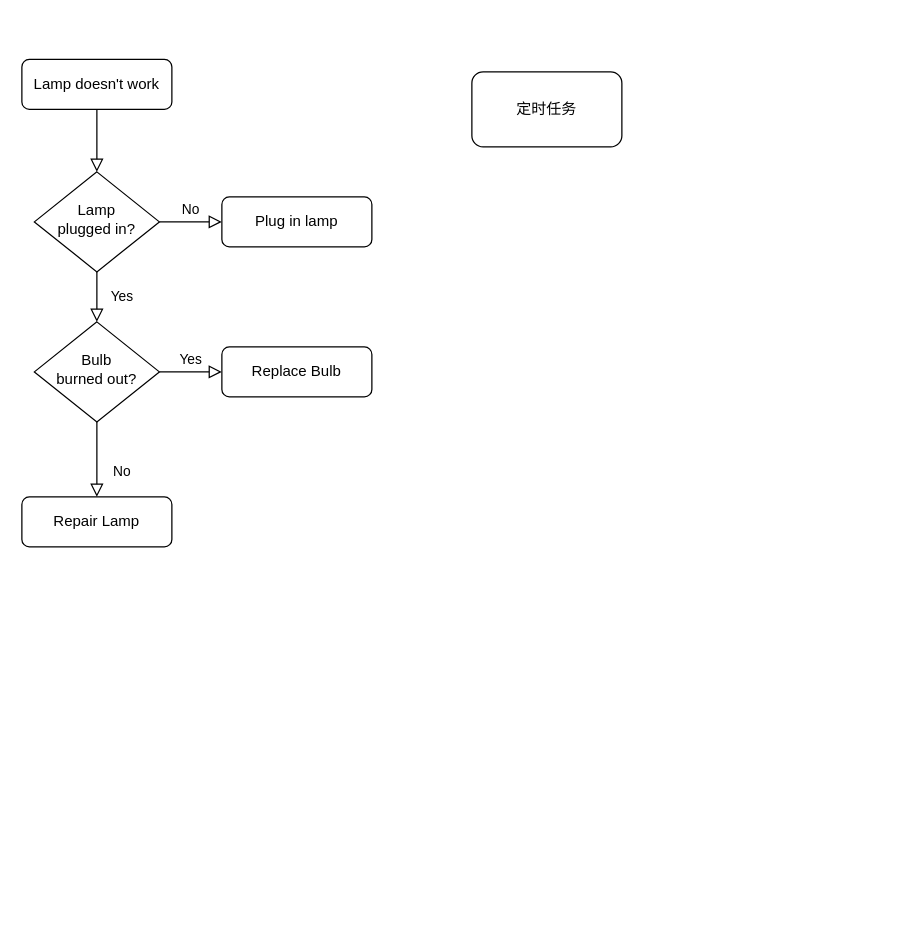
Before: diagrams/公司.drawio in dengyulong/PublicStore, a draw.io diagram. Source tidied: cells renumbered, new cells numbered last; positions are measured from the earlier drawing's top-left corner, leaving out a move shared by most shapes. Both pictures are drawn from the tidied source at 125%, with x=0, y=0 at pixel (21, 59).
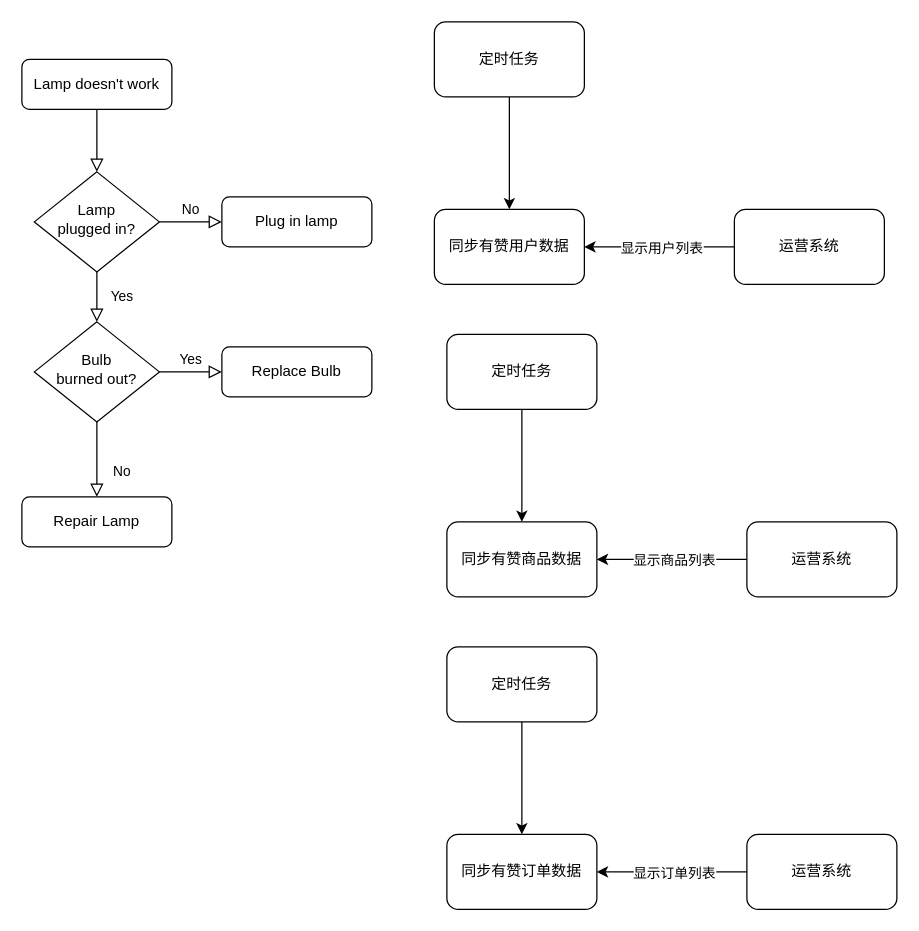
After the change.

What changed in the source:
```diff
@@
+    <mxCell id="14" style="edgeStyle=orthogonalEdgeStyle;rounded=0;jettySize=auto;html=1;" parent="1" edge="1" source="13" target="15">
+      <mxGeometry relative="1" as="geometry" />
+    </mxCell>
     <mxCell id="13" value="定时任务" style="rounded=1;whiteSpace=wrap;html=1;" parent="1" vertex="1">
-      <mxGeometry x="360" y="10" width="120" height="60" as="geometry" />
+      <mxGeometry x="330" y="-30" width="120" height="60" as="geometry" />
     </mxCell>
+    <mxCell id="15" value="同步有赞用户数据" style="rounded=1;whiteSpace=wrap;html=1;" parent="1" vertex="1">
+      <mxGeometry x="330" y="120" width="120" height="60" as="geometry" />
+    </mxCell>
+    <mxCell id="16" style="edgeStyle=orthogonalEdgeStyle;rounded=0;jettySize=auto;html=1;" parent="1" edge="1" source="18" target="15">
+      <mxGeometry relative="1" as="geometry" />
+    </mxCell>
+    <mxCell id="17" value="显示用户列表" style="edgeLabel;html=1;align=center;verticalAlign=middle;" parent="16" vertex="1">
+      <mxGeometry x="-0.01" relative="1" as="geometry" />
+    </mxCell>
+    <mxCell id="18" value="运营系统" style="rounded=1;whiteSpace=wrap;html=1;" parent="1" vertex="1">
+      <mxGeometry x="570" y="120" width="120" height="60" as="geometry" />
+    </mxCell>
+    <mxCell id="19" style="edgeStyle=orthogonalEdgeStyle;rounded=0;jettySize=auto;html=1;" parent="1" edge="1" source="20" target="21">
+      <mxGeometry relative="1" as="geometry" />
+    </mxCell>
+    <mxCell id="20" value="定时任务" style="rounded=1;whiteSpace=wrap;html=1;" parent="1" vertex="1">
+      <mxGeometry x="340" y="220" width="120" height="60" as="geometry" />
+    </mxCell>
+    <mxCell id="21" value="同步有赞商品数据" style="rounded=1;whiteSpace=wrap;html=1;" parent="1" vertex="1">
+      <mxGeometry x="340" y="370" width="120" height="60" as="geometry" />
+    </mxCell>
+    <mxCell id="22" style="edgeStyle=orthogonalEdgeStyle;rounded=0;jettySize=auto;html=1;" parent="1" edge="1" source="24" target="21">
+      <mxGeometry relative="1" as="geometry" />
+    </mxCell>
+    <mxCell id="23" value="显示商品列表" style="edgeLabel;html=1;align=center;verticalAlign=middle;" parent="22" vertex="1">
+      <mxGeometry x="-0.01" relative="1" as="geometry" />
+    </mxCell>
+    <mxCell id="24" value="运营系统" style="rounded=1;whiteSpace=wrap;html=1;" parent="1" vertex="1">
+      <mxGeometry x="580" y="370" width="120" height="60" as="geometry" />
+    </mxCell>
+    <mxCell id="25" style="edgeStyle=orthogonalEdgeStyle;rounded=0;jettySize=auto;html=1;" parent="1" edge="1" source="26" target="27">
+      <mxGeometry relative="1" as="geometry" />
+    </mxCell>
+    <mxCell id="26" value="定时任务" style="rounded=1;whiteSpace=wrap;html=1;" parent="1" vertex="1">
+      <mxGeometry x="340" y="470" width="120" height="60" as="geometry" />
+    </mxCell>
+    <mxCell id="27" value="同步有赞订单数据" style="rounded=1;whiteSpace=wrap;html=1;" parent="1" vertex="1">
+      <mxGeometry x="340" y="620" width="120" height="60" as="geometry" />
+    </mxCell>
+    <mxCell id="28" style="edgeStyle=orthogonalEdgeStyle;rounded=0;jettySize=auto;html=1;" parent="1" edge="1" source="30" target="27">
+      <mxGeometry relative="1" as="geometry" />
+    </mxCell>
+    <mxCell id="29" value="显示订单列表" style="edgeLabel;html=1;align=center;verticalAlign=middle;" parent="28" vertex="1">
+      <mxGeometry x="-0.01" relative="1" as="geometry" />
+    </mxCell>
+    <mxCell id="30" value="运营系统" style="rounded=1;whiteSpace=wrap;html=1;" parent="1" vertex="1">
+      <mxGeometry x="580" y="620" width="120" height="60" as="geometry" />
+    </mxCell>
```
